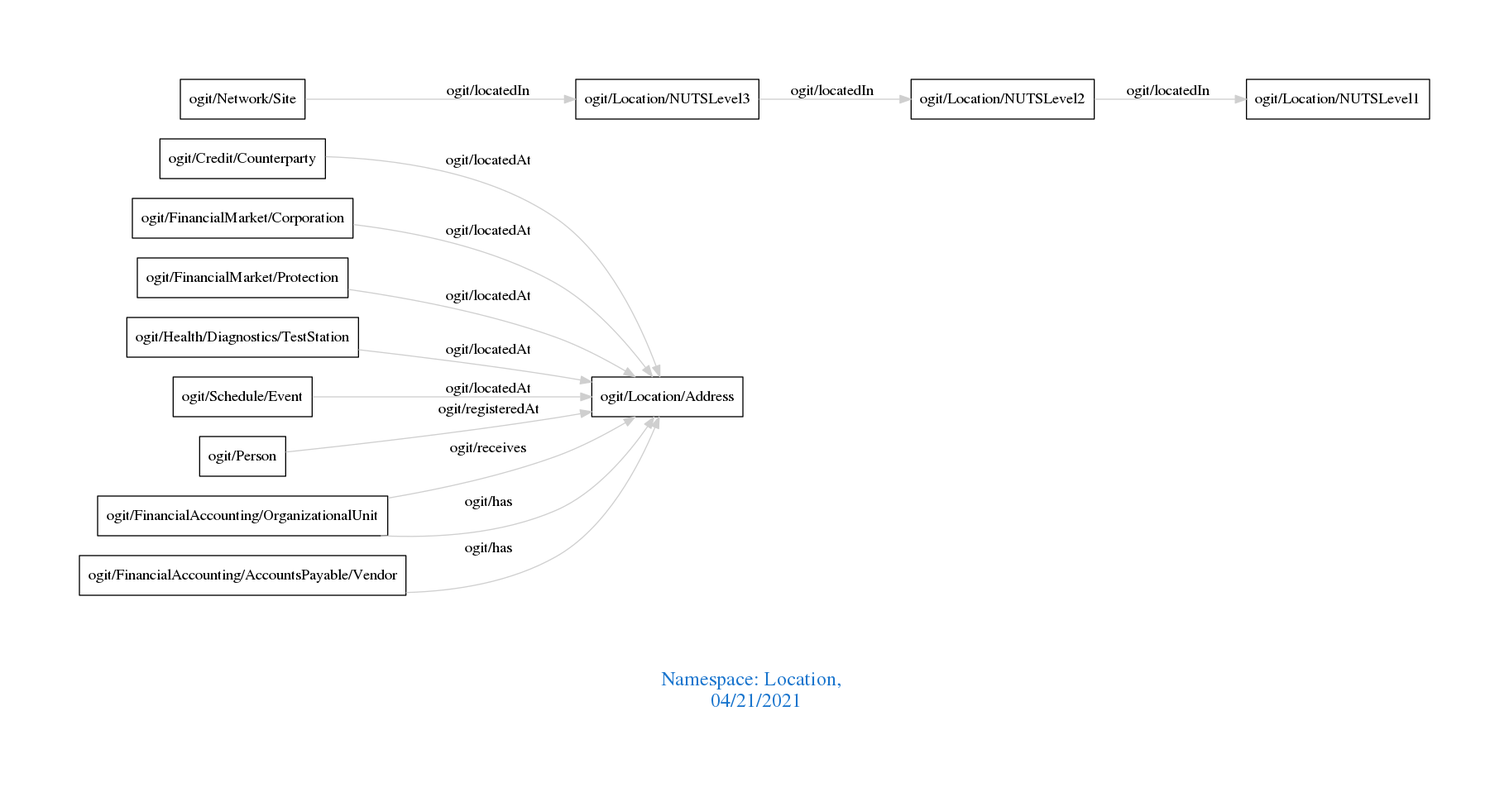
Earlier version of the Graphviz export downloads/Location.png (arago/OGIT). Its source is kept beside it as downloads/Location.dot.
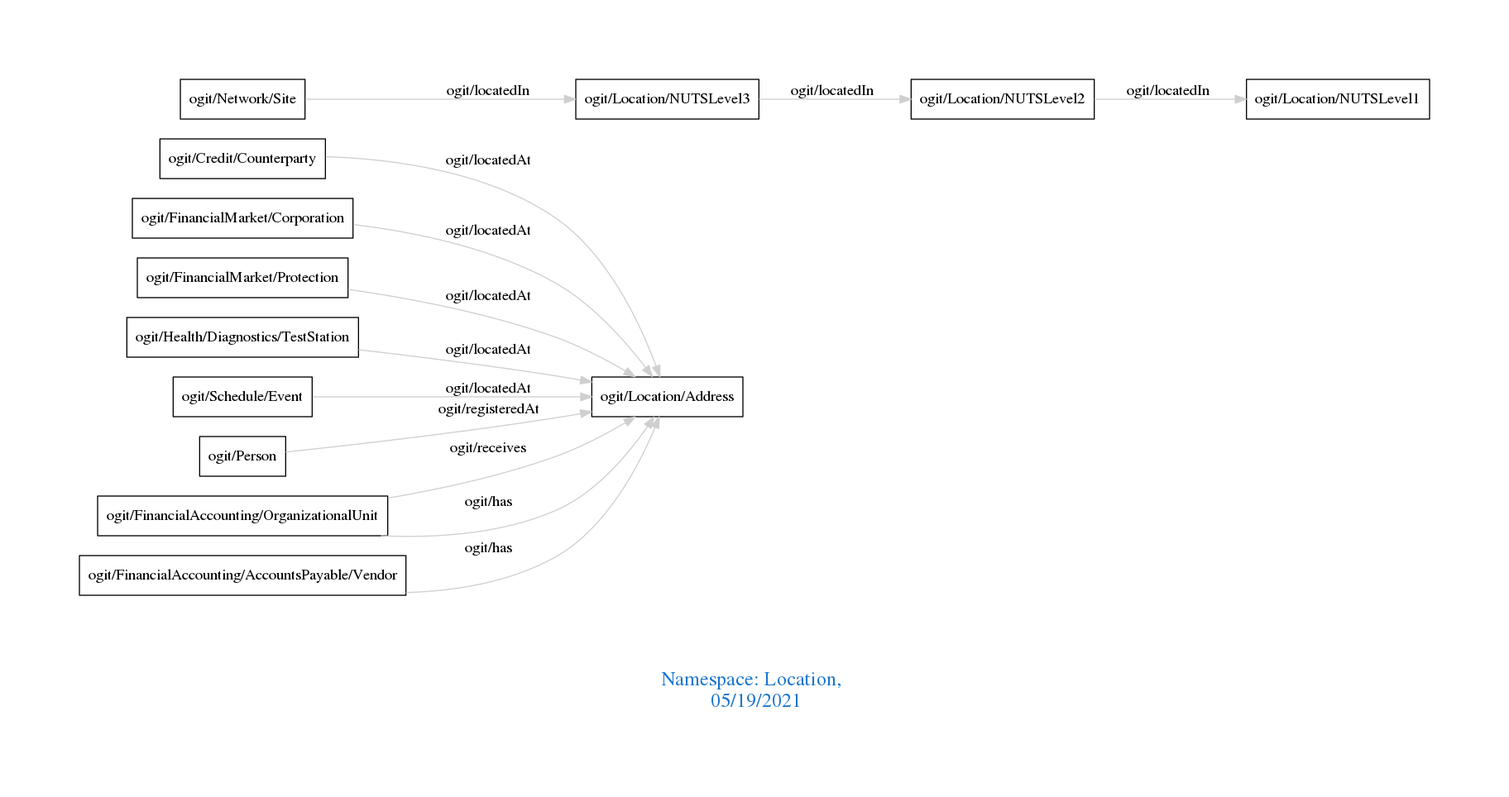
After the commit.

Change to the diagram source:
```diff
@@ -1,7 +1,7 @@
 digraph OGIT_ontology {
  graph [ rankdir= LR,pad=1
 fontsize = 18,
-fontcolor= dodgerblue3,label = "\n\n\nNamespace: Location, \n 04/21/2021"];
+fontcolor= dodgerblue3,label = "\n\n\nNamespace: Location, \n 05/19/2021"];
 node[shape=polygon];
 edge [  color="gray81"];
 
```
